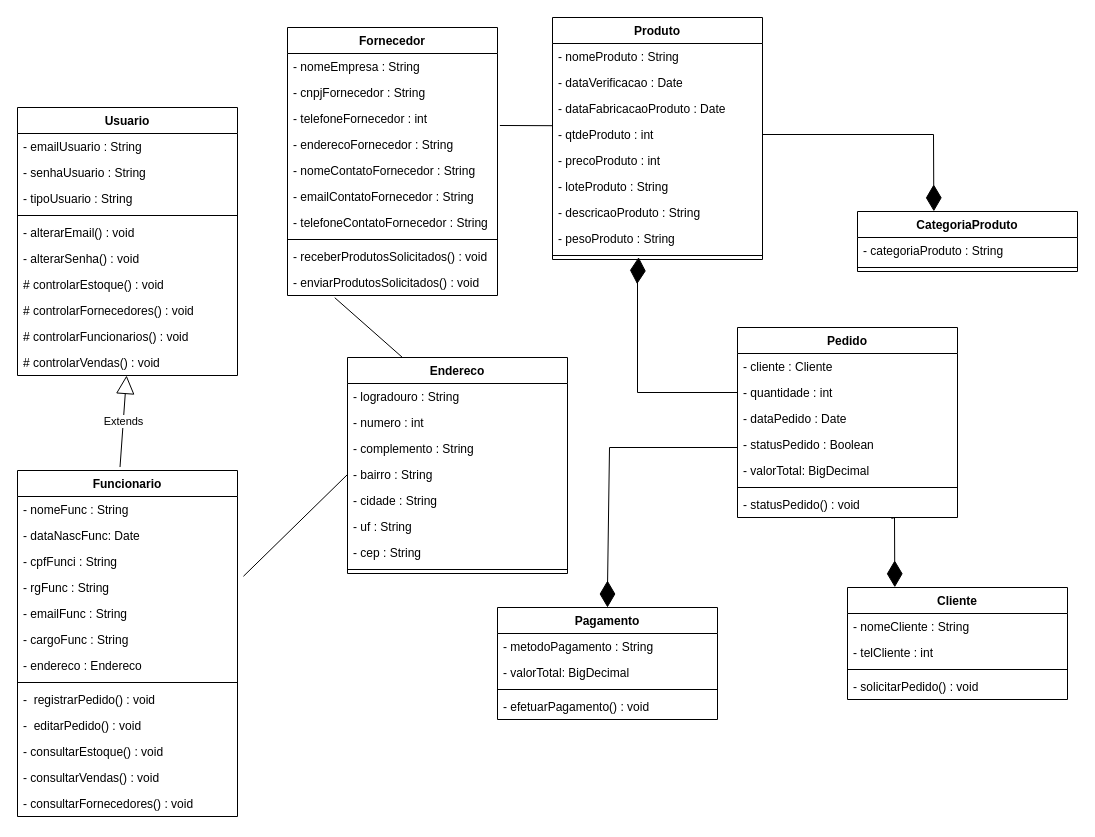
grupovision22/projeto_iglu keeps this draw.io diagram as Diagrama-de-Classes-Iglu.drawio. Above is the earlier version. Source tidied: cells renumbered, new cells numbered last; positions are measured from the earlier drawing's top-left corner, leaving out a move shared by most shapes. Both pictures are drawn from the tidied source at 100%, with x=0, y=0 at pixel (17, 17).
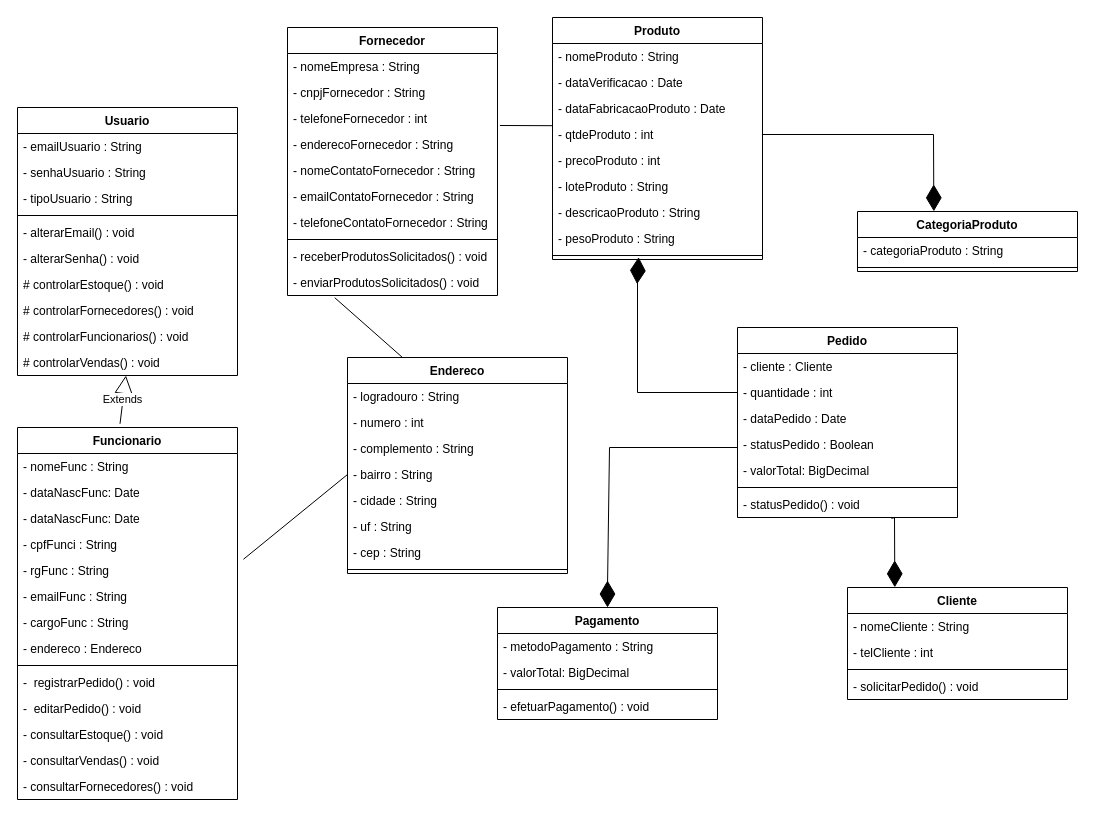
Above is the later version.

Commit message (it also covers changes not shown here):
Diagrama de Classes 4.0

What changed in the source:
```diff
@@
     <mxCell id="37" value="Funcionario" style="swimlane;fontStyle=1;align=center;verticalAlign=top;horizontal=1;startSize=26;" parent="1" vertex="1">
-      <mxGeometry y="453" width="220" height="346" as="geometry" />
+      <mxGeometry y="410" width="220" height="372" as="geometry" />
     </mxCell>
@@
+    <mxCell id="86" value="- dataNascFunc: Date" style="text;strokeColor=none;fillColor=none;align=left;verticalAlign=top;spacingLeft=4;spacingRight=4;overflow=hidden;" parent="37" vertex="1">
+      <mxGeometry y="78" width="220" height="26" as="geometry" />
+    </mxCell>
     <mxCell id="40" value="- cpfFunci : String" style="text;strokeColor=none;fillColor=none;align=left;verticalAlign=top;spacingLeft=4;spacingRight=4;overflow=hidden;" parent="37" vertex="1">
-      <mxGeometry y="78" width="220" height="26" as="geometry" />
+      <mxGeometry y="104" width="220" height="26" as="geometry" />
     </mxCell>
     <mxCell id="41" value="- rgFunc : String" style="text;strokeColor=none;fillColor=none;align=left;verticalAlign=top;spacingLeft=4;spacingRight=4;overflow=hidden;points=[[0,0.5],[1,0.5]];portConstraint=eastwest;" parent="37" vertex="1">
-      <mxGeometry y="104" width="220" height="26" as="geometry" />
+      <mxGeometry y="130" width="220" height="26" as="geometry" />
     </mxCell>
     <mxCell id="42" value="- emailFunc : String" style="text;strokeColor=none;fillColor=none;align=left;verticalAlign=top;spacingLeft=4;spacingRight=4;overflow=hidden;" parent="37" vertex="1">
-      <mxGeometry y="130" width="220" height="26" as="geometry" />
+      <mxGeometry y="156" width="220" height="26" as="geometry" />
     </mxCell>
     <mxCell id="43" value="- cargoFunc : String" style="text;strokeColor=none;fillColor=none;align=left;verticalAlign=top;spacingLeft=4;spacingRight=4;overflow=hidden;" parent="37" vertex="1">
-      <mxGeometry y="156" width="220" height="26" as="geometry" />
+      <mxGeometry y="182" width="220" height="26" as="geometry" />
     </mxCell>
     <mxCell id="44" value="- endereco : Endereco" style="text;strokeColor=none;fillColor=none;align=left;verticalAlign=top;spacingLeft=4;spacingRight=4;overflow=hidden;" parent="37" vertex="1">
-      <mxGeometry y="182" width="220" height="26" as="geometry" />
+      <mxGeometry y="208" width="220" height="26" as="geometry" />
     </mxCell>
     <mxCell id="45" style="line;strokeWidth=1;fillColor=none;align=left;verticalAlign=middle;spacingTop=-1;spacingLeft=3;spacingRight=3;labelPosition=right;strokeColor=inherit;" parent="37" vertex="1">
-      <mxGeometry y="208" width="220" height="8" as="geometry" />
+      <mxGeometry y="234" width="220" height="8" as="geometry" />
     </mxCell>
     <mxCell id="46" value="-  registrarPedido() : void" style="text;strokeColor=none;fillColor=none;align=left;verticalAlign=top;spacingLeft=4;spacingRight=4;overflow=hidden;" parent="37" vertex="1">
-      <mxGeometry y="216" width="220" height="26" as="geometry" />
+      <mxGeometry y="242" width="220" height="26" as="geometry" />
     </mxCell>
     <mxCell id="47" value="-  editarPedido() : void" style="text;strokeColor=none;fillColor=none;align=left;verticalAlign=top;spacingLeft=4;spacingRight=4;overflow=hidden;" parent="37" vertex="1">
-      <mxGeometry y="242" width="220" height="26" as="geometry" />
+      <mxGeometry y="268" width="220" height="26" as="geometry" />
     </mxCell>
     <mxCell id="48" value="- consultarEstoque() : void" style="text;strokeColor=none;fillColor=none;align=left;verticalAlign=top;spacingLeft=4;spacingRight=4;overflow=hidden;" parent="37" vertex="1">
-      <mxGeometry y="268" width="220" height="26" as="geometry" />
+      <mxGeometry y="294" width="220" height="26" as="geometry" />
     </mxCell>
     <mxCell id="49" value="- consultarVendas() : void" style="text;strokeColor=none;fillColor=none;align=left;verticalAlign=top;spacingLeft=4;spacingRight=4;overflow=hidden;" parent="37" vertex="1">
-      <mxGeometry y="294" width="220" height="26" as="geometry" />
+      <mxGeometry y="320" width="220" height="26" as="geometry" />
     </mxCell>
     <mxCell id="50" value="- consultarFornecedores() : void" style="text;strokeColor=none;fillColor=none;align=left;verticalAlign=top;spacingLeft=4;spacingRight=4;overflow=hidden;" parent="37" vertex="1">
-      <mxGeometry y="320" width="220" height="26" as="geometry" />
+      <mxGeometry y="346" width="220" height="26" as="geometry" />
     </mxCell>
```
